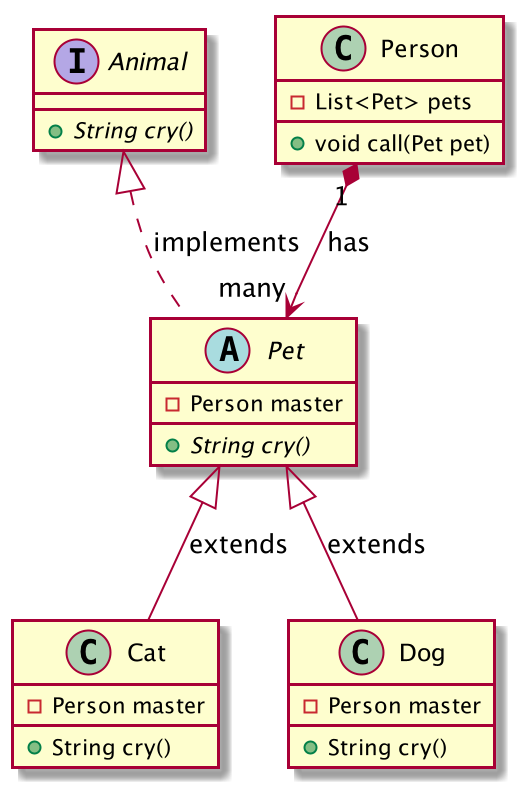
Above: src/main/resources/planturl/classDiagram.png in dlstonedl/ddd-practice (PlantUML), before the change.
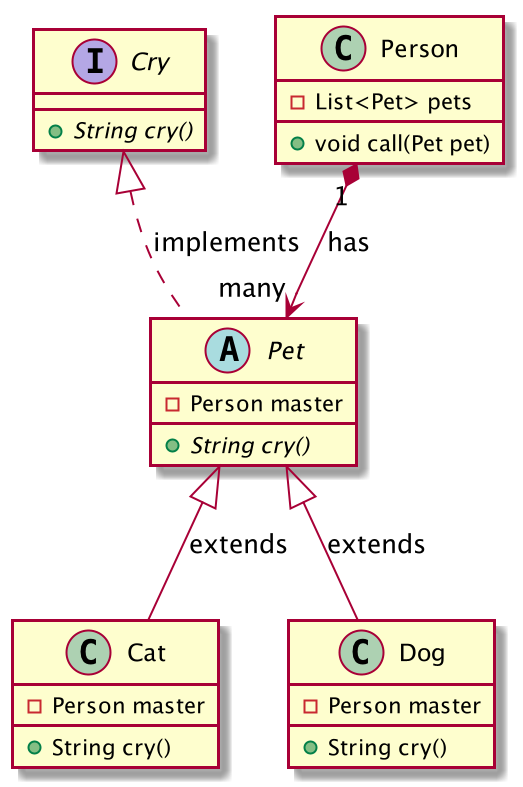
Above is the later version.

What changed in the source:
```diff
@@ -1,5 +1,5 @@
 @startuml
-interface Animal {
+interface Cry {
     + {abstract} String cry()
 }
 abstract class Pet {
@@ -18,7 +18,7 @@
    - List<Pet> pets
    + void call(Pet pet)
 }
-Animal <|.. Pet :implements
+Cry <|.. Pet :implements
 Pet <|-- Cat :extends
 Pet <|-- Dog :extends
 Person "1" *--> "many" Pet :has
```
